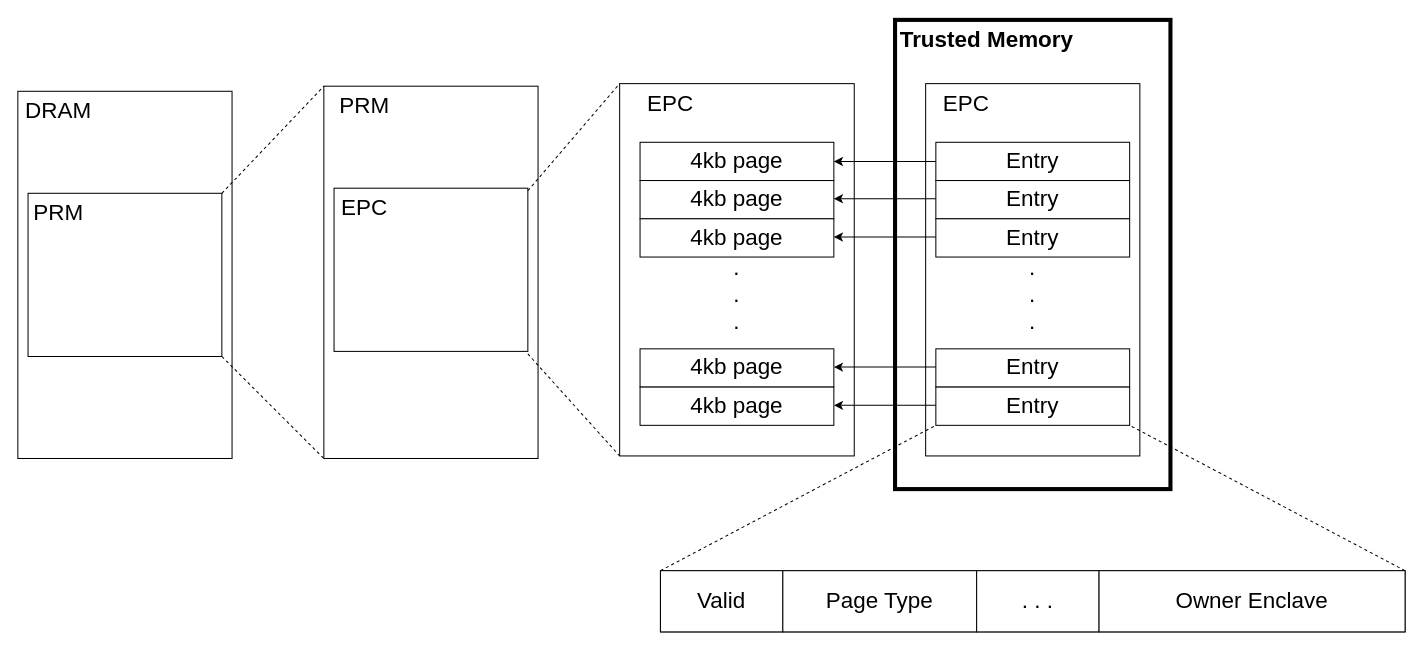
Above: drawio/sgx_memory_architecture.drawio in aanciaes/MastersThesisReport (draw.io), before the change. Source tidied: cells renumbered, new cells numbered last; positions are measured from the earlier drawing's top-left corner, leaving out a move shared by most shapes. Both pictures are drawn from the tidied source at 102%, with x=0, y=0 at pixel (17, 19).
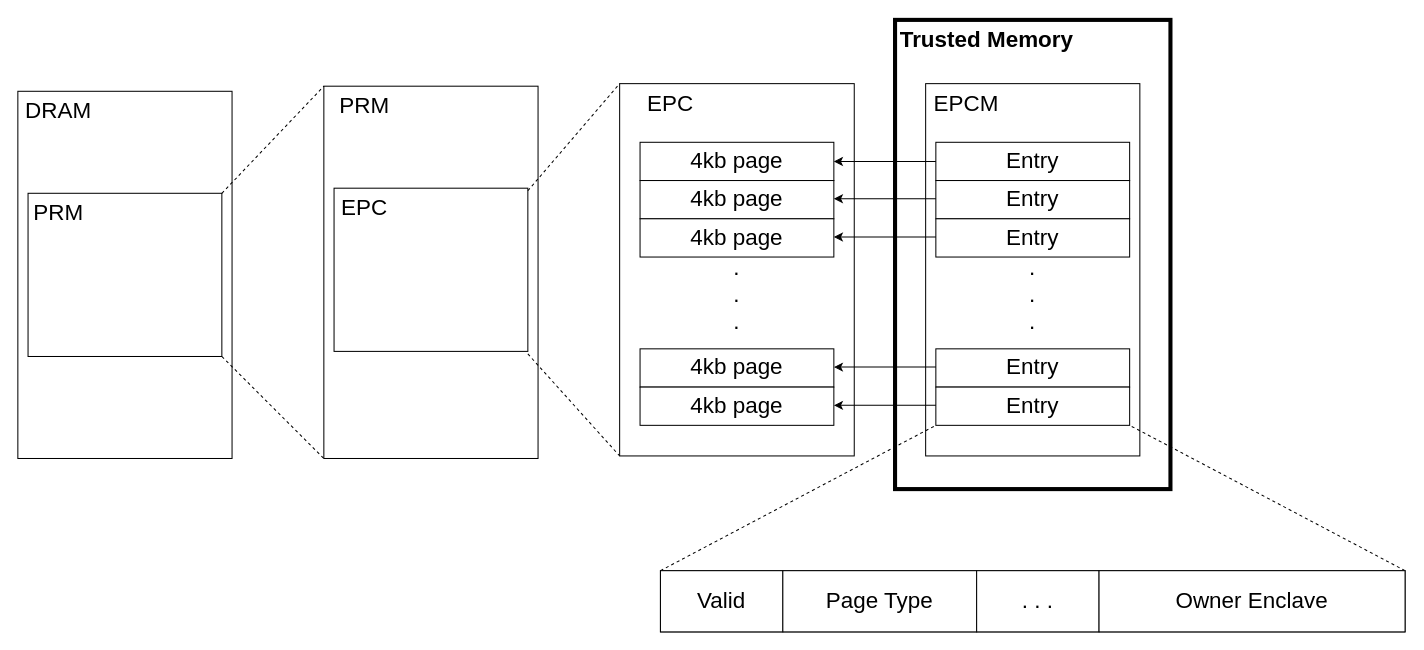
After the change.

What changed in the source:
```diff
@@
-    <mxCell id="24" value="EPC" style="text;html=1;strokeColor=none;fillColor=none;align=center;verticalAlign=middle;whiteSpace=wrap;rounded=0;dashed=1;fontSize=22;" parent="1" vertex="1">
+    <mxCell id="24" value="EPCM" style="text;html=1;strokeColor=none;fillColor=none;align=center;verticalAlign=middle;whiteSpace=wrap;rounded=0;dashed=1;fontSize=22;" parent="1" vertex="1">
       <mxGeometry x="910" y="72.5" width="40" height="20" as="geometry" />
     </mxCell>
```
